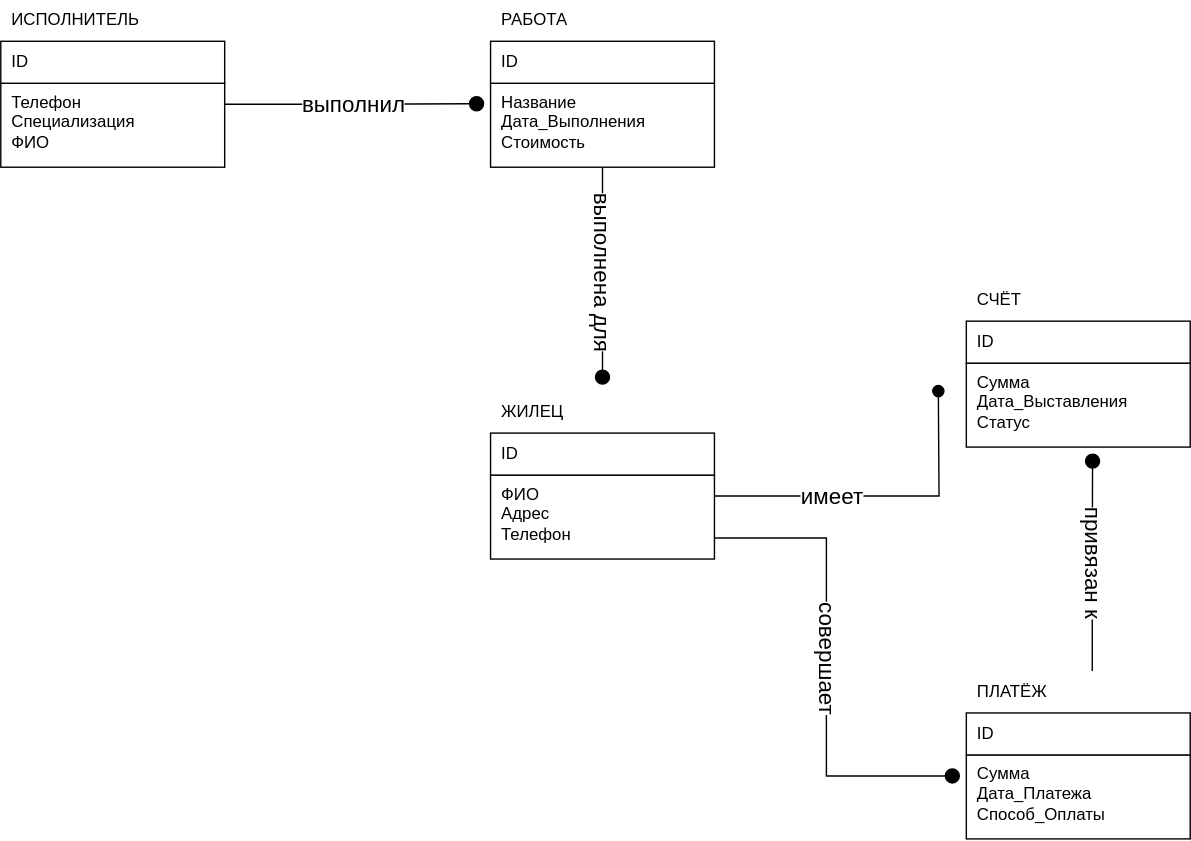
Before: Универ/БД/Лабы/№1/svg/IDEF1X Diagram.svg, a diagram exported from draw.io (Xoggas/university-obsidian). Source tidied: cells renumbered, new cells last; positions are measured from the earlier drawing's top-left corner, leaving out a move shared by most shapes. Its diagram source:
```xml
<mxGraphModel>
  <root>
    <mxCell id="0" />
    <mxCell id="1" parent="0" />
    <mxCell id="2" style="edgeStyle=orthogonalEdgeStyle;rounded=0;jettySize=auto;html=1;exitX=1;exitY=0.25;exitDx=0;exitDy=0;endSize=10;fontSize=16;endArrow=oval;endFill=1;" parent="1" edge="1" source="4">
      <mxGeometry relative="1" as="geometry">
        <mxPoint x="340" y="74.7" as="targetPoint" />
      </mxGeometry>
    </mxCell>
    <mxCell id="3" value="выполнил" style="edgeLabel;html=1;align=center;verticalAlign=middle;fontSize=16;" parent="2" vertex="1">
      <mxGeometry x="-0.14" y="2" relative="1" as="geometry">
        <mxPoint x="13" y="1" as="offset" />
      </mxGeometry>
    </mxCell>
    <mxCell id="4" value="&lt;div&gt;Телефон&lt;/div&gt;&lt;div&gt;Специализация&lt;/div&gt;&lt;div&gt;ФИО&lt;br&gt;&lt;/div&gt;" style="rounded=0;whiteSpace=wrap;html=1;align=left;spacingLeft=6;verticalAlign=top;" parent="1" vertex="1">
      <mxGeometry y="60" width="160" height="60" as="geometry" />
    </mxCell>
    <mxCell id="5" value="ИСПОЛНИТЕЛЬ" style="text;html=1;align=left;verticalAlign=middle;whiteSpace=wrap;rounded=0;spacingLeft=6;" parent="1" vertex="1">
      <mxGeometry width="120" height="30" as="geometry" />
    </mxCell>
    <mxCell id="6" value="ID" style="rounded=0;whiteSpace=wrap;html=1;align=left;spacingLeft=6;" parent="1" vertex="1">
      <mxGeometry y="30" width="160" height="30" as="geometry" />
    </mxCell>
    <mxCell id="7" style="edgeStyle=orthogonalEdgeStyle;rounded=0;jettySize=auto;html=1;exitX=0.5;exitY=1;exitDx=0;exitDy=0;endArrow=oval;endFill=1;endSize=10;" parent="1" edge="1" source="9">
      <mxGeometry relative="1" as="geometry">
        <mxPoint x="430" y="270" as="targetPoint" />
      </mxGeometry>
    </mxCell>
    <mxCell id="8" value="выполнена для " style="edgeLabel;html=1;align=center;verticalAlign=middle;rotation=90;fontSize=16;" parent="7" vertex="1">
      <mxGeometry x="0.17" y="1" relative="1" as="geometry">
        <mxPoint y="-14" as="offset" />
      </mxGeometry>
    </mxCell>
    <mxCell id="9" value="&lt;div&gt;Название&lt;/div&gt;&lt;div&gt;Дата_Выполнения&lt;br&gt;&lt;/div&gt;&lt;div&gt;Стоимость&lt;br&gt;&lt;/div&gt;" style="rounded=0;whiteSpace=wrap;html=1;align=left;spacingLeft=6;verticalAlign=top;" parent="1" vertex="1">
      <mxGeometry x="350" y="60" width="160" height="60" as="geometry" />
    </mxCell>
    <mxCell id="10" value="РАБОТА" style="text;html=1;align=left;verticalAlign=middle;whiteSpace=wrap;rounded=0;spacingLeft=6;" parent="1" vertex="1">
      <mxGeometry x="350" width="120" height="30" as="geometry" />
    </mxCell>
    <mxCell id="11" value="ID" style="rounded=0;whiteSpace=wrap;html=1;align=left;spacingLeft=6;" parent="1" vertex="1">
      <mxGeometry x="350" y="30" width="160" height="30" as="geometry" />
    </mxCell>
    <mxCell id="12" style="edgeStyle=orthogonalEdgeStyle;rounded=0;jettySize=auto;html=1;exitX=1;exitY=0.25;exitDx=0;exitDy=0;endArrow=oval;endFill=1;sourcePerimeterSpacing=0;endSize=8;" parent="1" edge="1" source="16">
      <mxGeometry relative="1" as="geometry">
        <mxPoint x="670" y="280" as="targetPoint" />
      </mxGeometry>
    </mxCell>
    <mxCell id="13" value="имеет" style="edgeLabel;html=1;align=center;verticalAlign=middle;fontSize=16;" parent="12" vertex="1">
      <mxGeometry relative="1" as="geometry">
        <mxPoint x="-35" y="-1" as="offset" />
      </mxGeometry>
    </mxCell>
    <mxCell id="14" style="edgeStyle=orthogonalEdgeStyle;rounded=0;jettySize=auto;html=1;exitX=1;exitY=0.75;exitDx=0;exitDy=0;endArrow=oval;endFill=1;endSize=10;" parent="1" edge="1" source="16">
      <mxGeometry relative="1" as="geometry">
        <mxPoint x="680" y="555" as="targetPoint" />
        <Array as="points">
          <mxPoint x="590" y="385" />
          <mxPoint x="590" y="555" />
        </Array>
      </mxGeometry>
    </mxCell>
    <mxCell id="15" value="совершает" style="edgeLabel;html=1;align=center;verticalAlign=middle;fontSize=16;rotation=90;" parent="14" vertex="1">
      <mxGeometry x="0.02" relative="1" as="geometry">
        <mxPoint x="2" y="-8" as="offset" />
      </mxGeometry>
    </mxCell>
    <mxCell id="16" value="ФИО&lt;br&gt;Адрес&lt;br&gt;Телефон" style="rounded=0;whiteSpace=wrap;html=1;align=left;spacingLeft=6;verticalAlign=top;" parent="1" vertex="1">
      <mxGeometry x="350" y="340" width="160" height="60" as="geometry" />
    </mxCell>
    <mxCell id="17" value="ЖИЛЕЦ" style="text;html=1;align=left;verticalAlign=middle;whiteSpace=wrap;rounded=0;spacingLeft=6;" parent="1" vertex="1">
      <mxGeometry x="350" y="280" width="120" height="30" as="geometry" />
    </mxCell>
    <mxCell id="18" value="ID" style="rounded=0;whiteSpace=wrap;html=1;align=left;spacingLeft=6;" parent="1" vertex="1">
      <mxGeometry x="350" y="310" width="160" height="30" as="geometry" />
    </mxCell>
    <mxCell id="19" value="Сумма&lt;div&gt;Дата_Выставления&lt;/div&gt;&lt;div&gt;Статус&lt;br&gt;&lt;/div&gt;" style="rounded=0;whiteSpace=wrap;html=1;align=left;spacingLeft=6;verticalAlign=top;" parent="1" vertex="1">
      <mxGeometry x="690" y="260" width="160" height="60" as="geometry" />
    </mxCell>
    <mxCell id="20" value="СЧЁТ" style="text;html=1;align=left;verticalAlign=middle;whiteSpace=wrap;rounded=0;spacingLeft=6;" parent="1" vertex="1">
      <mxGeometry x="690" y="200" width="120" height="30" as="geometry" />
    </mxCell>
    <mxCell id="21" value="ID" style="rounded=0;whiteSpace=wrap;html=1;align=left;spacingLeft=6;" parent="1" vertex="1">
      <mxGeometry x="690" y="230" width="160" height="30" as="geometry" />
    </mxCell>
    <mxCell id="22" value="Сумма&lt;br&gt;Дата_Платежа&lt;br&gt;Способ_Оплаты" style="rounded=0;whiteSpace=wrap;html=1;align=left;spacingLeft=6;verticalAlign=top;" parent="1" vertex="1">
      <mxGeometry x="690" y="540" width="160" height="60" as="geometry" />
    </mxCell>
    <mxCell id="23" style="edgeStyle=orthogonalEdgeStyle;rounded=0;jettySize=auto;html=1;exitX=0.75;exitY=0;exitDx=0;exitDy=0;endSize=10;endArrow=oval;endFill=1;" parent="1" edge="1" source="25">
      <mxGeometry relative="1" as="geometry">
        <mxPoint x="780.2" y="330" as="targetPoint" />
      </mxGeometry>
    </mxCell>
    <mxCell id="24" value="привязан к" style="edgeLabel;html=1;align=center;verticalAlign=middle;rotation=90;fontSize=16;" parent="23" vertex="1">
      <mxGeometry x="-0.21" y="1" relative="1" as="geometry">
        <mxPoint x="3" y="-18" as="offset" />
      </mxGeometry>
    </mxCell>
    <mxCell id="25" value="ПЛАТЁЖ" style="text;html=1;align=left;verticalAlign=middle;whiteSpace=wrap;rounded=0;spacingLeft=6;" parent="1" vertex="1">
      <mxGeometry x="690" y="480" width="120" height="30" as="geometry" />
    </mxCell>
    <mxCell id="26" value="ID" style="rounded=0;whiteSpace=wrap;html=1;align=left;spacingLeft=6;" parent="1" vertex="1">
      <mxGeometry x="690" y="510" width="160" height="30" as="geometry" />
    </mxCell>
  </root>
</mxGraphModel>
```
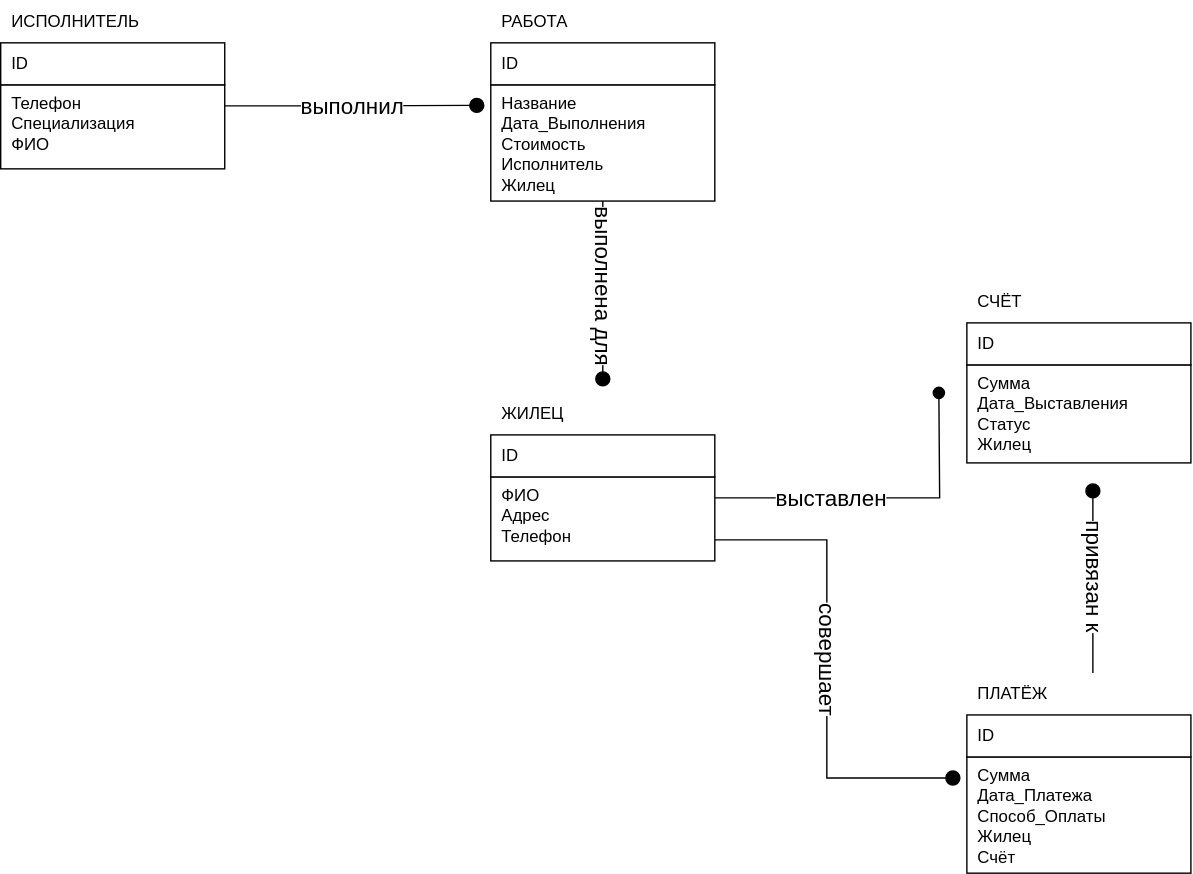
The same diagram one commit later.

The edit, as a diff of the source:
```diff
@@ -31,8 +31,8 @@
         <mxPoint y="-14" as="offset" />
       </mxGeometry>
     </mxCell>
-    <mxCell id="9" value="&lt;div&gt;Название&lt;/div&gt;&lt;div&gt;Дата_Выполнения&lt;br&gt;&lt;/div&gt;&lt;div&gt;Стоимость&lt;br&gt;&lt;/div&gt;" style="rounded=0;whiteSpace=wrap;html=1;align=left;spacingLeft=6;verticalAlign=top;" parent="1" vertex="1">
-      <mxGeometry x="350" y="60" width="160" height="60" as="geometry" />
+    <mxCell id="9" value="&lt;div&gt;Название&lt;/div&gt;&lt;div&gt;Дата_Выполнения&lt;br&gt;&lt;/div&gt;&lt;div&gt;Стоимость&lt;br&gt;Исполнитель&lt;br&gt;Жилец&lt;br&gt;&lt;/div&gt;" style="rounded=0;whiteSpace=wrap;html=1;align=left;spacingLeft=6;verticalAlign=top;" parent="1" vertex="1">
+      <mxGeometry x="350" y="60" width="160" height="83" as="geometry" />
     </mxCell>
     <mxCell id="10" value="РАБОТА" style="text;html=1;align=left;verticalAlign=middle;whiteSpace=wrap;rounded=0;spacingLeft=6;" parent="1" vertex="1">
       <mxGeometry x="350" width="120" height="30" as="geometry" />
@@ -45,7 +45,7 @@
         <mxPoint x="670" y="280" as="targetPoint" />
       </mxGeometry>
     </mxCell>
-    <mxCell id="13" value="имеет" style="edgeLabel;html=1;align=center;verticalAlign=middle;fontSize=16;" parent="12" vertex="1">
+    <mxCell id="13" value="выставлен" style="edgeLabel;html=1;align=center;verticalAlign=middle;fontSize=16;" parent="12" vertex="1">
       <mxGeometry relative="1" as="geometry">
         <mxPoint x="-35" y="-1" as="offset" />
       </mxGeometry>
@@ -73,8 +73,8 @@
     <mxCell id="18" value="ID" style="rounded=0;whiteSpace=wrap;html=1;align=left;spacingLeft=6;" parent="1" vertex="1">
       <mxGeometry x="350" y="310" width="160" height="30" as="geometry" />
     </mxCell>
-    <mxCell id="19" value="Сумма&lt;div&gt;Дата_Выставления&lt;/div&gt;&lt;div&gt;Статус&lt;br&gt;&lt;/div&gt;" style="rounded=0;whiteSpace=wrap;html=1;align=left;spacingLeft=6;verticalAlign=top;" parent="1" vertex="1">
-      <mxGeometry x="690" y="260" width="160" height="60" as="geometry" />
+    <mxCell id="19" value="Сумма&lt;div&gt;Дата_Выставления&lt;/div&gt;&lt;div&gt;Статус&lt;br&gt;Жилец&lt;br&gt;&lt;/div&gt;" style="rounded=0;whiteSpace=wrap;html=1;align=left;spacingLeft=6;verticalAlign=top;" parent="1" vertex="1">
+      <mxGeometry x="690" y="260" width="160" height="70" as="geometry" />
     </mxCell>
     <mxCell id="20" value="СЧЁТ" style="text;html=1;align=left;verticalAlign=middle;whiteSpace=wrap;rounded=0;spacingLeft=6;" parent="1" vertex="1">
       <mxGeometry x="690" y="200" width="120" height="30" as="geometry" />
@@ -82,12 +82,12 @@
     <mxCell id="21" value="ID" style="rounded=0;whiteSpace=wrap;html=1;align=left;spacingLeft=6;" parent="1" vertex="1">
       <mxGeometry x="690" y="230" width="160" height="30" as="geometry" />
     </mxCell>
-    <mxCell id="22" value="Сумма&lt;br&gt;Дата_Платежа&lt;br&gt;Способ_Оплаты" style="rounded=0;whiteSpace=wrap;html=1;align=left;spacingLeft=6;verticalAlign=top;" parent="1" vertex="1">
-      <mxGeometry x="690" y="540" width="160" height="60" as="geometry" />
+    <mxCell id="22" value="Сумма&lt;br&gt;Дата_Платежа&lt;br&gt;Способ_Оплаты&lt;br&gt;Жилец&lt;br&gt;Счёт" style="rounded=0;whiteSpace=wrap;html=1;align=left;spacingLeft=6;verticalAlign=top;" parent="1" vertex="1">
+      <mxGeometry x="690" y="540" width="160" height="83" as="geometry" />
     </mxCell>
     <mxCell id="23" style="edgeStyle=orthogonalEdgeStyle;rounded=0;jettySize=auto;html=1;exitX=0.75;exitY=0;exitDx=0;exitDy=0;endSize=10;endArrow=oval;endFill=1;" parent="1" edge="1" source="25">
       <mxGeometry relative="1" as="geometry">
-        <mxPoint x="780.2" y="330" as="targetPoint" />
+        <mxPoint x="780" y="350" as="targetPoint" />
       </mxGeometry>
     </mxCell>
     <mxCell id="24" value="привязан к" style="edgeLabel;html=1;align=center;verticalAlign=middle;rotation=90;fontSize=16;" parent="23" vertex="1">
```
